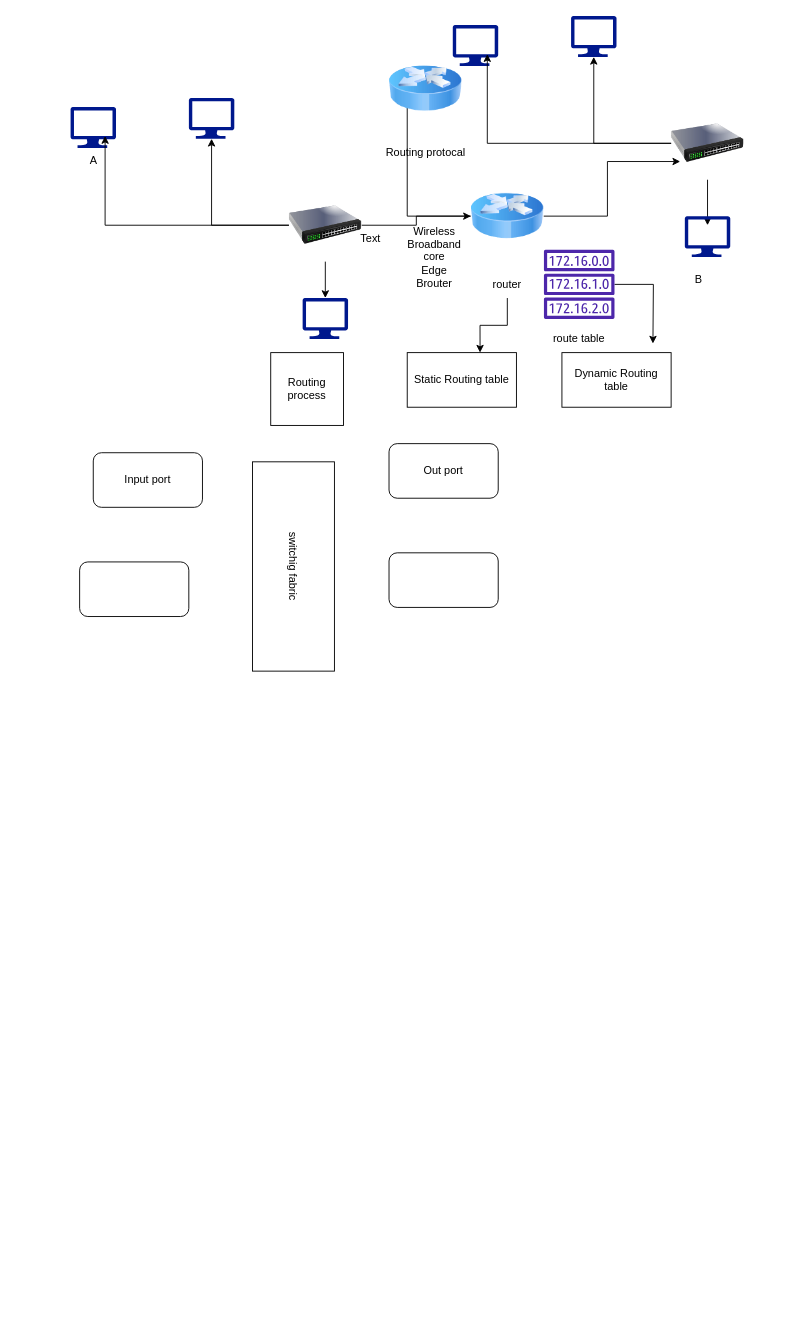
Earlier version of the draw.io diagram page "Page-9" (9 of 10) of Untitled Diagram.drawio (rkudache31/k8s). Source tidied: cells renumbered, new cells numbered last; positions are measured from the earlier drawing's top-left corner, leaving out a move shared by most shapes. Both pictures are drawn from the tidied source at 91%, with x=0, y=0 at pixel (70, 15).
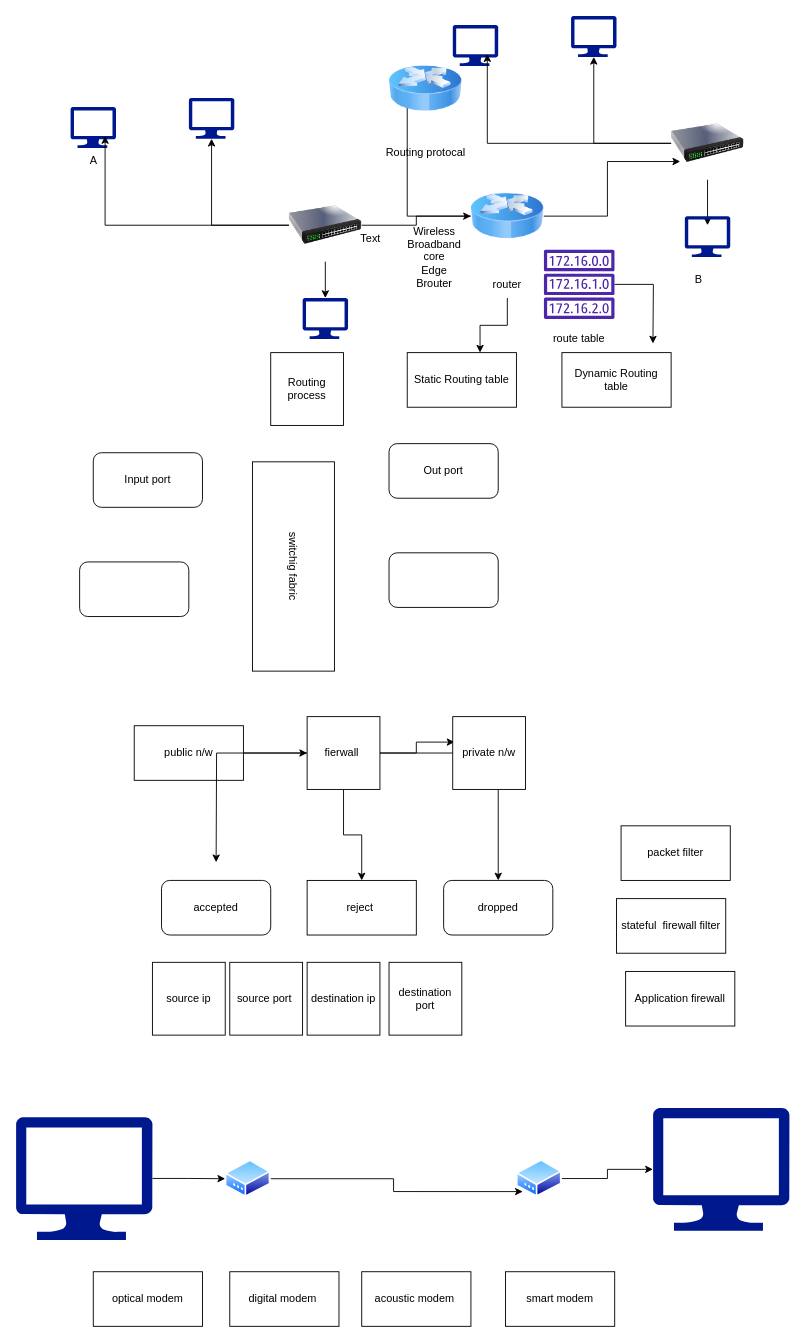
The same page after the edit.

Change to the diagram source:
```diff
@@
+    <mxCell id="38" style="edgeStyle=orthogonalEdgeStyle;rounded=0;jettySize=auto;html=1;" parent="1" edge="1" source="39" target="44">
+      <mxGeometry relative="1" as="geometry" />
+    </mxCell>
+    <mxCell id="39" value="public n/w" style="rounded=0;whiteSpace=wrap;html=1;" parent="1" vertex="1">
+      <mxGeometry x="70" y="780" width="120" height="60" as="geometry" />
+    </mxCell>
+    <mxCell id="40" style="edgeStyle=orthogonalEdgeStyle;rounded=0;jettySize=auto;html=1;entryX=0.025;entryY=0.35;entryDx=0;entryDy=0;entryPerimeter=0;" parent="1" edge="1" source="44" target="45">
+      <mxGeometry relative="1" as="geometry" />
+    </mxCell>
+    <mxCell id="41" style="edgeStyle=orthogonalEdgeStyle;rounded=0;jettySize=auto;html=1;" parent="1" edge="1" source="44">
+      <mxGeometry relative="1" as="geometry">
+        <mxPoint x="160" y="930" as="targetPoint" />
+      </mxGeometry>
+    </mxCell>
+    <mxCell id="42" style="edgeStyle=orthogonalEdgeStyle;rounded=0;jettySize=auto;html=1;" parent="1" edge="1" source="44" target="48">
+      <mxGeometry relative="1" as="geometry" />
+    </mxCell>
+    <mxCell id="43" style="edgeStyle=orthogonalEdgeStyle;rounded=0;jettySize=auto;html=1;" parent="1" edge="1" source="44" target="47">
+      <mxGeometry relative="1" as="geometry" />
+    </mxCell>
+    <mxCell id="44" value="fierwall&amp;nbsp;" style="whiteSpace=wrap;html=1;" parent="1" vertex="1">
+      <mxGeometry x="260" y="770" width="80" height="80" as="geometry" />
+    </mxCell>
+    <mxCell id="45" value="private n/w" style="whiteSpace=wrap;html=1;" parent="1" vertex="1">
+      <mxGeometry x="420" y="770" width="80" height="80" as="geometry" />
+    </mxCell>
+    <mxCell id="46" value="accepted" style="rounded=1;whiteSpace=wrap;html=1;" parent="1" vertex="1">
+      <mxGeometry x="100" y="950" width="120" height="60" as="geometry" />
+    </mxCell>
+    <mxCell id="47" value="reject&amp;nbsp;" style="rounded=0;whiteSpace=wrap;html=1;" parent="1" vertex="1">
+      <mxGeometry x="260" y="950" width="120" height="60" as="geometry" />
+    </mxCell>
+    <mxCell id="48" value="dropped" style="rounded=1;whiteSpace=wrap;html=1;" parent="1" vertex="1">
+      <mxGeometry x="410" y="950" width="120" height="60" as="geometry" />
+    </mxCell>
+    <mxCell id="49" value="packet filter" style="rounded=0;whiteSpace=wrap;html=1;" parent="1" vertex="1">
+      <mxGeometry x="605" y="890" width="120" height="60" as="geometry" />
+    </mxCell>
+    <mxCell id="50" value="stateful&amp;nbsp; firewall filter" style="rounded=0;whiteSpace=wrap;html=1;" parent="1" vertex="1">
+      <mxGeometry x="600" y="970" width="120" height="60" as="geometry" />
+    </mxCell>
+    <mxCell id="51" value="Application firewall" style="rounded=0;whiteSpace=wrap;html=1;" parent="1" vertex="1">
+      <mxGeometry x="610" y="1050" width="120" height="60" as="geometry" />
+    </mxCell>
+    <mxCell id="52" value="source ip" style="whiteSpace=wrap;html=1;" parent="1" vertex="1">
+      <mxGeometry x="90" y="1040" width="80" height="80" as="geometry" />
+    </mxCell>
+    <mxCell id="53" value="source port&amp;nbsp;" style="whiteSpace=wrap;html=1;" parent="1" vertex="1">
+      <mxGeometry x="175" y="1040" width="80" height="80" as="geometry" />
+    </mxCell>
+    <mxCell id="54" value="destination ip" style="whiteSpace=wrap;html=1;" parent="1" vertex="1">
+      <mxGeometry x="260" y="1040" width="80" height="80" as="geometry" />
+    </mxCell>
+    <mxCell id="55" value="destination port" style="whiteSpace=wrap;html=1;" parent="1" vertex="1">
+      <mxGeometry x="350" y="1040" width="80" height="80" as="geometry" />
+    </mxCell>
+    <mxCell id="56" style="edgeStyle=orthogonalEdgeStyle;rounded=0;jettySize=auto;html=1;" parent="1" edge="1" source="57" target="60">
+      <mxGeometry relative="1" as="geometry" />
+    </mxCell>
+    <mxCell id="57" style="sketch=0;shadow=0;dashed=0;html=1;strokeColor=none;labelPosition=center;verticalLabelPosition=bottom;verticalAlign=top;align=center;fillColor=#00188D;shape=mxgraph.azure.computer;" parent="1" vertex="1">
+      <mxGeometry x="-60" y="1210" width="150" height="135" as="geometry" />
+    </mxCell>
+    <mxCell id="58" style="sketch=0;shadow=0;dashed=0;html=1;strokeColor=none;labelPosition=center;verticalLabelPosition=bottom;verticalAlign=top;align=center;fillColor=#00188D;shape=mxgraph.azure.computer;" parent="1" vertex="1">
+      <mxGeometry x="640" y="1200" width="150" height="135" as="geometry" />
+    </mxCell>
+    <mxCell id="59" style="edgeStyle=orthogonalEdgeStyle;rounded=0;jettySize=auto;html=1;entryX=0;entryY=1;entryDx=0;entryDy=0;" parent="1" edge="1" source="60" target="62">
+      <mxGeometry relative="1" as="geometry" />
+    </mxCell>
+    <mxCell id="60" style="perimeter=ellipsePerimeter;html=1;align=center;shadow=0;dashed=0;spacingTop=3;image;image=img/lib/active_directory/modem.svg;" parent="1" vertex="1">
+      <mxGeometry x="170" y="1257" width="50" height="41.5" as="geometry" />
+    </mxCell>
+    <mxCell id="61" style="edgeStyle=orthogonalEdgeStyle;rounded=0;jettySize=auto;html=1;" parent="1" edge="1" source="62" target="58">
+      <mxGeometry relative="1" as="geometry" />
+    </mxCell>
+    <mxCell id="62" style="perimeter=ellipsePerimeter;html=1;align=center;shadow=0;dashed=0;spacingTop=3;image;image=img/lib/active_directory/modem.svg;" parent="1" vertex="1">
+      <mxGeometry x="490" y="1256.8" width="50" height="41.5" as="geometry" />
+    </mxCell>
+    <mxCell id="63" value="optical modem" style="rounded=0;whiteSpace=wrap;html=1;" parent="1" vertex="1">
+      <mxGeometry x="25" y="1380" width="120" height="60" as="geometry" />
+    </mxCell>
+    <mxCell id="64" value="digital modem&amp;nbsp;" style="rounded=0;whiteSpace=wrap;html=1;" parent="1" vertex="1">
+      <mxGeometry x="175" y="1380" width="120" height="60" as="geometry" />
+    </mxCell>
+    <mxCell id="65" value="acoustic modem&amp;nbsp;" style="rounded=0;whiteSpace=wrap;html=1;" parent="1" vertex="1">
+      <mxGeometry x="320" y="1380" width="120" height="60" as="geometry" />
+    </mxCell>
+    <mxCell id="66" value="smart modem" style="rounded=0;whiteSpace=wrap;html=1;" parent="1" vertex="1">
+      <mxGeometry x="478" y="1380" width="120" height="60" as="geometry" />
+    </mxCell>
```
